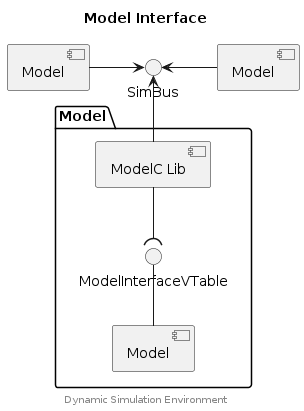
Earlier version of the PlantUML export apis/modelc/model/model-interface.png (boschglobal/dse.doc). Its diagram source:
```plantuml
@startuml model-interface

skinparam nodesep 55
skinparam ranksep 40

title Model Interface

component "Model" as m1
component "Model" as m2
interface "SimBus" as SBif
m1 -left-> SBif
m2 -right-> SBif

package "Model" {
	component "ModelC Lib" as ModelC
	interface "ModelInterfaceVTable" as MIvt
	component "Model" as Mdl
}

SBif <-down- ModelC
Mdl -up- MIvt
MIvt )-up- ModelC

center footer Dynamic Simulation Environment

@enduml
```
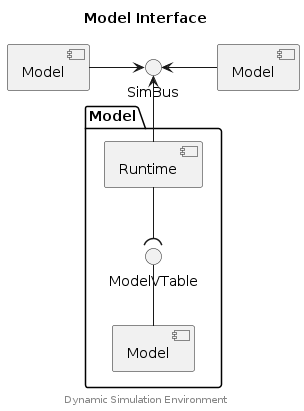
The same diagram one commit later.

What changed in the source:
```diff
@@ -12,14 +12,14 @@
 m2 -right-> SBif
 
 package "Model" {
-	component "ModelC Lib" as ModelC
-	interface "ModelInterfaceVTable" as MIvt
-	component "Model" as Mdl
+        component "Runtime" as ModelC
+        interface "ModelVTable" as Mvt
+        component "Model" as Mdl
 }
 
 SBif <-down- ModelC
-Mdl -up- MIvt
-MIvt )-up- ModelC
+Mdl -up- Mvt
+Mvt )-up- ModelC
 
 center footer Dynamic Simulation Environment
 
```
